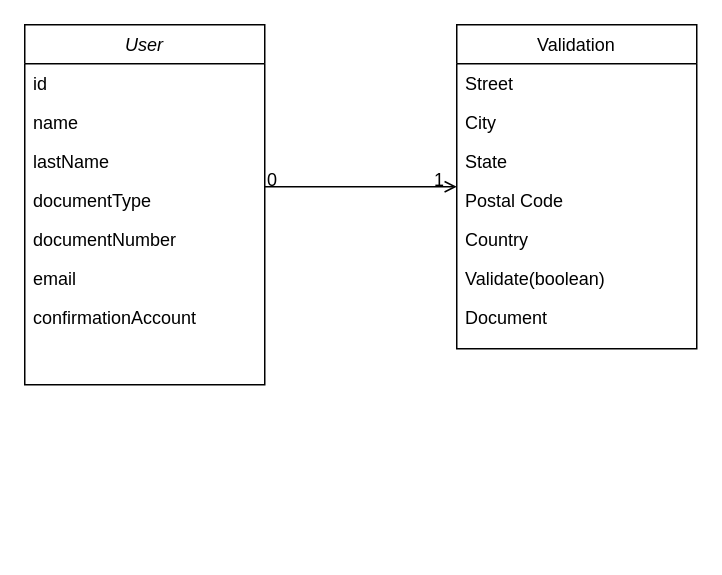
Earlier version of the draw.io diagram Untitled Diagram.drawio (NFDdata/api-avu). Source tidied: cells renumbered, new cells numbered last; positions are measured from the earlier drawing's top-left corner, leaving out a move shared by most shapes. Both pictures are drawn from the tidied source at 150%, with x=0, y=0 at pixel (24, 24).
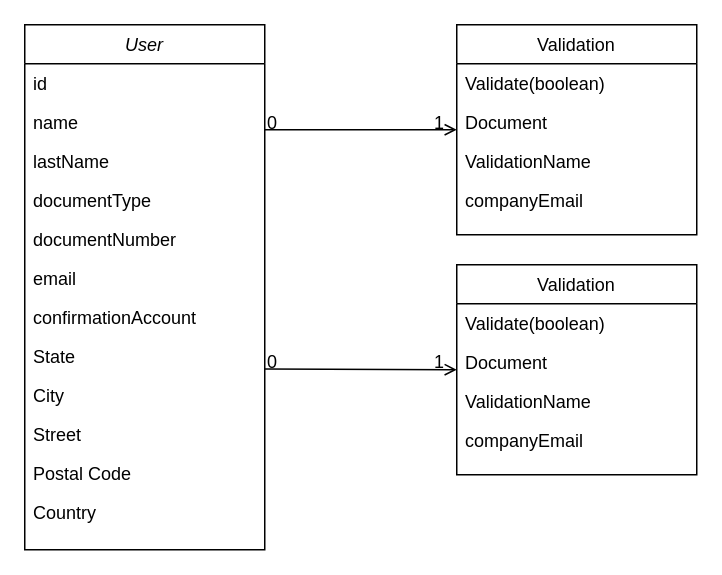
After the change.

Commit message:
changes about validation columns

The edit, as a diff of the source:
```diff
@@
     <mxCell id="2" value="User" style="swimlane;fontStyle=2;align=center;verticalAlign=top;horizontal=1;startSize=26;rounded=0;shadow=0;strokeWidth=1;" parent="1" vertex="1">
-      <mxGeometry width="160" height="240" as="geometry" />
+      <mxGeometry width="160" height="350" as="geometry" />
     </mxCell>
@@
-    <mxCell id="10" value="Validation" style="swimlane;fontStyle=0;align=center;verticalAlign=top;horizontal=1;startSize=26;rounded=0;shadow=0;strokeWidth=1;" parent="1" vertex="1">
-      <mxGeometry x="288" width="160" height="216" as="geometry" />
-    </mxCell>
+    <mxCell id="13" value="State" style="text;align=left;verticalAlign=top;spacingLeft=4;spacingRight=4;overflow=hidden;rounded=0;shadow=0;html=0;" parent="2" vertex="1">
+      <mxGeometry y="208" width="160" height="26" as="geometry" />
+    </mxCell>
+    <mxCell id="12" value="City" style="text;align=left;verticalAlign=top;spacingLeft=4;spacingRight=4;overflow=hidden;rounded=0;shadow=0;html=0;" parent="2" vertex="1">
+      <mxGeometry y="234" width="160" height="26" as="geometry" />
+    </mxCell>
-    <mxCell id="11" value="Street" style="text;align=left;verticalAlign=top;spacingLeft=4;spacingRight=4;overflow=hidden;" parent="10" vertex="1">
-      <mxGeometry y="26" width="160" height="26" as="geometry" />
+    <mxCell id="11" value="Street" style="text;align=left;verticalAlign=top;spacingLeft=4;spacingRight=4;overflow=hidden;" parent="2" vertex="1">
+      <mxGeometry y="260" width="160" height="26" as="geometry" />
     </mxCell>
-    <mxCell id="12" value="City" style="text;align=left;verticalAlign=top;spacingLeft=4;spacingRight=4;overflow=hidden;rounded=0;shadow=0;html=0;" parent="10" vertex="1">
-      <mxGeometry y="52" width="160" height="26" as="geometry" />
-    </mxCell>
-    <mxCell id="13" value="State" style="text;align=left;verticalAlign=top;spacingLeft=4;spacingRight=4;overflow=hidden;rounded=0;shadow=0;html=0;" parent="10" vertex="1">
-      <mxGeometry y="78" width="160" height="26" as="geometry" />
-    </mxCell>
-    <mxCell id="14" value="Postal Code" style="text;align=left;verticalAlign=top;spacingLeft=4;spacingRight=4;overflow=hidden;rounded=0;shadow=0;html=0;" parent="10" vertex="1">
-      <mxGeometry y="104" width="160" height="26" as="geometry" />
+    <mxCell id="14" value="Postal Code" style="text;align=left;verticalAlign=top;spacingLeft=4;spacingRight=4;overflow=hidden;rounded=0;shadow=0;html=0;" parent="2" vertex="1">
+      <mxGeometry y="286" width="160" height="26" as="geometry" />
     </mxCell>
-    <mxCell id="15" value="Country" style="text;align=left;verticalAlign=top;spacingLeft=4;spacingRight=4;overflow=hidden;rounded=0;shadow=0;html=0;" parent="10" vertex="1">
-      <mxGeometry y="130" width="160" height="26" as="geometry" />
+    <mxCell id="15" value="Country" style="text;align=left;verticalAlign=top;spacingLeft=4;spacingRight=4;overflow=hidden;rounded=0;shadow=0;html=0;" parent="2" vertex="1">
+      <mxGeometry y="312" width="160" height="38" as="geometry" />
     </mxCell>
+    <mxCell id="10" value="Validation" style="swimlane;fontStyle=0;align=center;verticalAlign=top;horizontal=1;startSize=26;rounded=0;shadow=0;strokeWidth=1;" parent="1" vertex="1">
+      <mxGeometry x="288" width="160" height="140" as="geometry" />
+    </mxCell>
     <mxCell id="16" value="Validate(boolean)" style="text;align=left;verticalAlign=top;spacingLeft=4;spacingRight=4;overflow=hidden;" parent="10" vertex="1">
-      <mxGeometry y="156" width="160" height="26" as="geometry" />
+      <mxGeometry y="26" width="160" height="26" as="geometry" />
     </mxCell>
     <mxCell id="17" value="Document" style="text;align=left;verticalAlign=top;spacingLeft=4;spacingRight=4;overflow=hidden;" parent="10" vertex="1">
-      <mxGeometry y="182" width="160" height="26" as="geometry" />
+      <mxGeometry y="52" width="160" height="26" as="geometry" />
     </mxCell>
+    <mxCell id="21" value="ValidationName" style="text;align=left;verticalAlign=top;spacingLeft=4;spacingRight=4;overflow=hidden;" parent="10" vertex="1">
+      <mxGeometry y="78" width="160" height="26" as="geometry" />
+    </mxCell>
+    <mxCell id="22" value="companyEmail" style="text;align=left;verticalAlign=top;spacingLeft=4;spacingRight=4;overflow=hidden;" parent="10" vertex="1">
+      <mxGeometry y="104" width="160" height="26" as="geometry" />
+    </mxCell>
@@
+    <mxCell id="23" value="Validation" style="swimlane;fontStyle=0;align=center;verticalAlign=top;horizontal=1;startSize=26;rounded=0;shadow=0;strokeWidth=1;" parent="1" vertex="1">
+      <mxGeometry x="288" y="160" width="160" height="140" as="geometry" />
+    </mxCell>
+    <mxCell id="24" value="Validate(boolean)" style="text;align=left;verticalAlign=top;spacingLeft=4;spacingRight=4;overflow=hidden;" parent="23" vertex="1">
+      <mxGeometry y="26" width="160" height="26" as="geometry" />
+    </mxCell>
+    <mxCell id="25" value="Document" style="text;align=left;verticalAlign=top;spacingLeft=4;spacingRight=4;overflow=hidden;" parent="23" vertex="1">
+      <mxGeometry y="52" width="160" height="26" as="geometry" />
+    </mxCell>
+    <mxCell id="26" value="ValidationName" style="text;align=left;verticalAlign=top;spacingLeft=4;spacingRight=4;overflow=hidden;" parent="23" vertex="1">
+      <mxGeometry y="78" width="160" height="26" as="geometry" />
+    </mxCell>
+    <mxCell id="27" value="companyEmail" style="text;align=left;verticalAlign=top;spacingLeft=4;spacingRight=4;overflow=hidden;" parent="23" vertex="1">
+      <mxGeometry y="104" width="160" height="26" as="geometry" />
+    </mxCell>
+    <mxCell id="28" style="endArrow=open;shadow=0;strokeWidth=1;rounded=0;endFill=1;edgeStyle=elbowEdgeStyle;elbow=vertical;" parent="1" edge="1">
+      <mxGeometry x="0.5" y="41" relative="1" as="geometry">
+        <mxPoint x="160" y="229.5" as="sourcePoint" />
+        <mxPoint x="288" y="229.5" as="targetPoint" />
+        <mxPoint x="-40" y="32" as="offset" />
+      </mxGeometry>
+    </mxCell>
+    <mxCell id="29" value="0" style="align=left;verticalAlign=bottom;labelBackgroundColor=none;fontSize=12;" parent="28" vertex="1">
+      <mxGeometry x="-1" relative="1" as="geometry">
+        <mxPoint y="4" as="offset" />
+      </mxGeometry>
+    </mxCell>
+    <mxCell id="30" value="1" style="align=right;verticalAlign=bottom;labelBackgroundColor=none;fontSize=12;" parent="28" vertex="1">
+      <mxGeometry x="1" relative="1" as="geometry">
+        <mxPoint x="-7" y="4" as="offset" />
+      </mxGeometry>
+    </mxCell>
```
